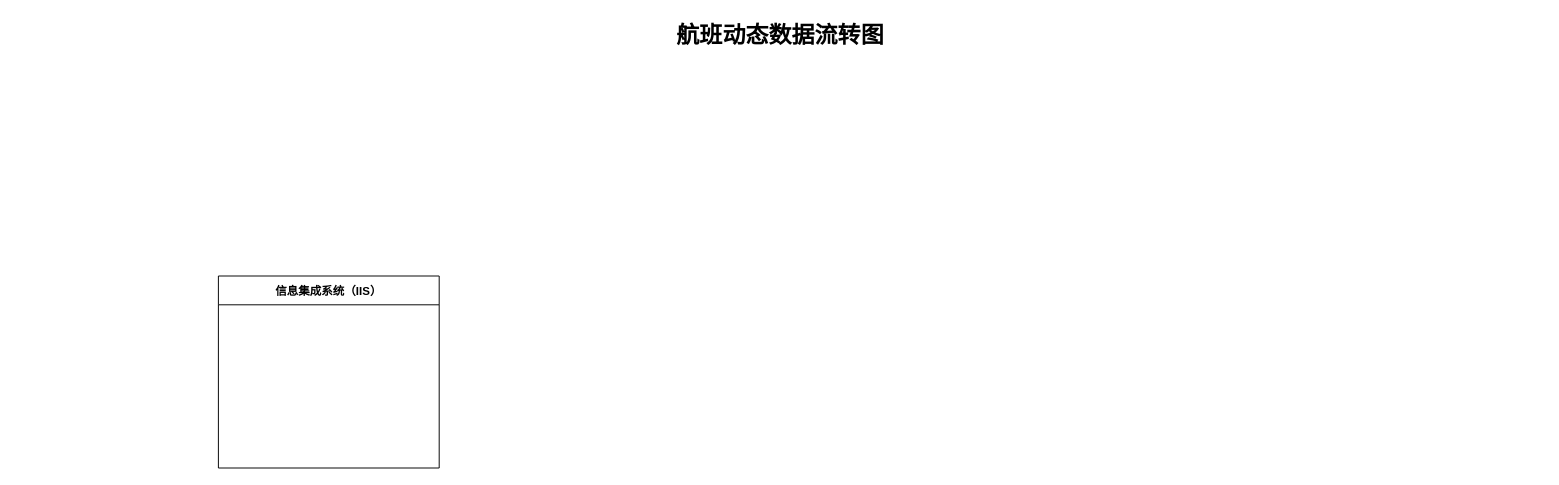
yang981209/gitskills keeps this draw.io diagram as 航班动态数据流转图.drawio. Above is the earlier version. Source tidied: cells renumbered, new cells numbered last; positions are measured from the earlier drawing's top-left corner, leaving out a move shared by most shapes. Both pictures are drawn from the tidied source at 96%, with x=0, y=0 at pixel (16, 16).
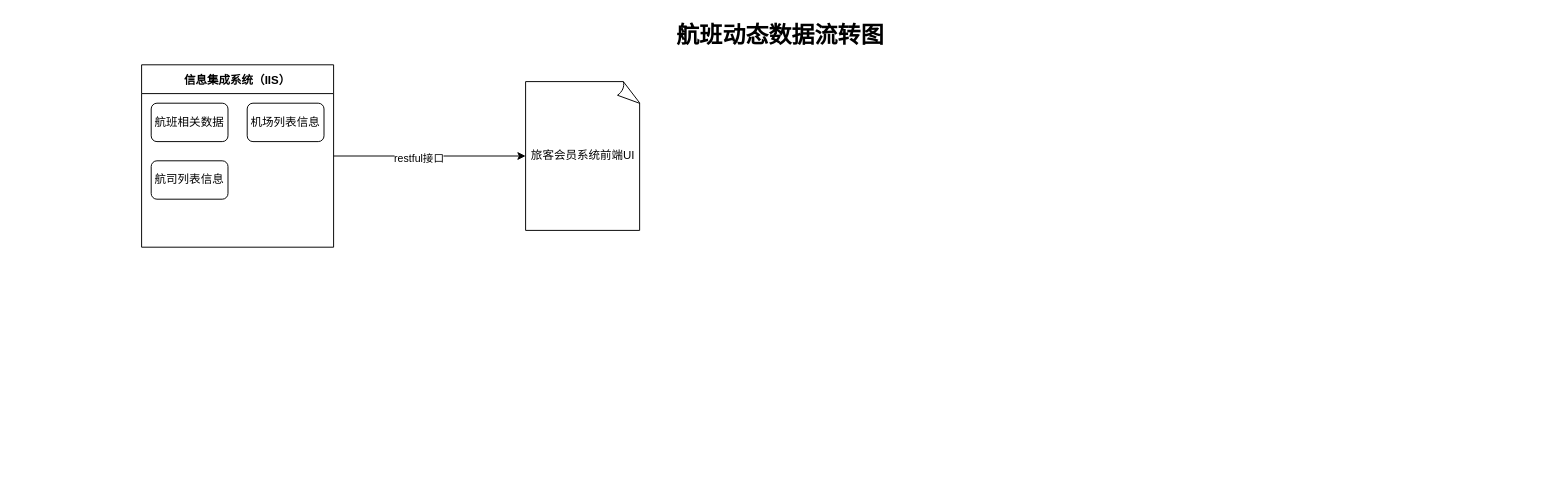
After the change.

Commit message (it also covers changes not shown here):
更新航班动态数据流转图.drawio

Diff of the diagram source:
```diff
@@
 <mxGraphModel>
   <root>
     <mxCell id="0" />
     <mxCell id="1" parent="0" />
     <mxCell id="2" value="航班动态数据流转图&lt;br&gt;" style="text;strokeColor=none;fillColor=none;html=1;fontSize=24;fontStyle=1;verticalAlign=middle;align=center;" parent="1" vertex="1">
       <mxGeometry width="1590" height="40" as="geometry" />
     </mxCell>
+    <mxCell id="4" style="edgeStyle=orthogonalEdgeStyle;rounded=0;jettySize=auto;html=1;exitX=1;exitY=0.5;exitDx=0;exitDy=0;" parent="1" edge="1" source="3" target="9">
+      <mxGeometry relative="1" as="geometry" />
+    </mxCell>
+    <mxCell id="5" value="restful接口" style="edgeLabel;html=1;align=center;verticalAlign=middle;" parent="4" vertex="1">
+      <mxGeometry x="-0.12" y="-2" relative="1" as="geometry" />
+    </mxCell>
     <mxCell id="3" value="信息集成系统（IIS）" style="swimlane;startSize=30;rounded=1;arcSize=0;" parent="1" vertex="1">
-      <mxGeometry x="210" y="270" width="230" height="200" as="geometry" />
+      <mxGeometry x="130" y="50" width="200" height="190" as="geometry" />
     </mxCell>
+    <mxCell id="6" value="航班相关数据" style="whiteSpace=wrap;html=1;rounded=1;" parent="3" vertex="1">
+      <mxGeometry x="10" y="40" width="80" height="40" as="geometry" />
+    </mxCell>
+    <mxCell id="7" value="机场列表信息" style="whiteSpace=wrap;html=1;rounded=1;" parent="3" vertex="1">
+      <mxGeometry x="110" y="40" width="80" height="40" as="geometry" />
+    </mxCell>
+    <mxCell id="8" value="航司列表信息" style="whiteSpace=wrap;html=1;rounded=1;" parent="3" vertex="1">
+      <mxGeometry x="10" y="100" width="80" height="40" as="geometry" />
+    </mxCell>
+    <mxCell id="9" value="旅客会员系统前端UI" style="whiteSpace=wrap;html=1;shape=mxgraph.basic.document;rounded=1;" parent="1" vertex="1">
+      <mxGeometry x="530" y="67.5" width="120" height="155" as="geometry" />
+    </mxCell>
   </root>
 </mxGraphModel>
```
